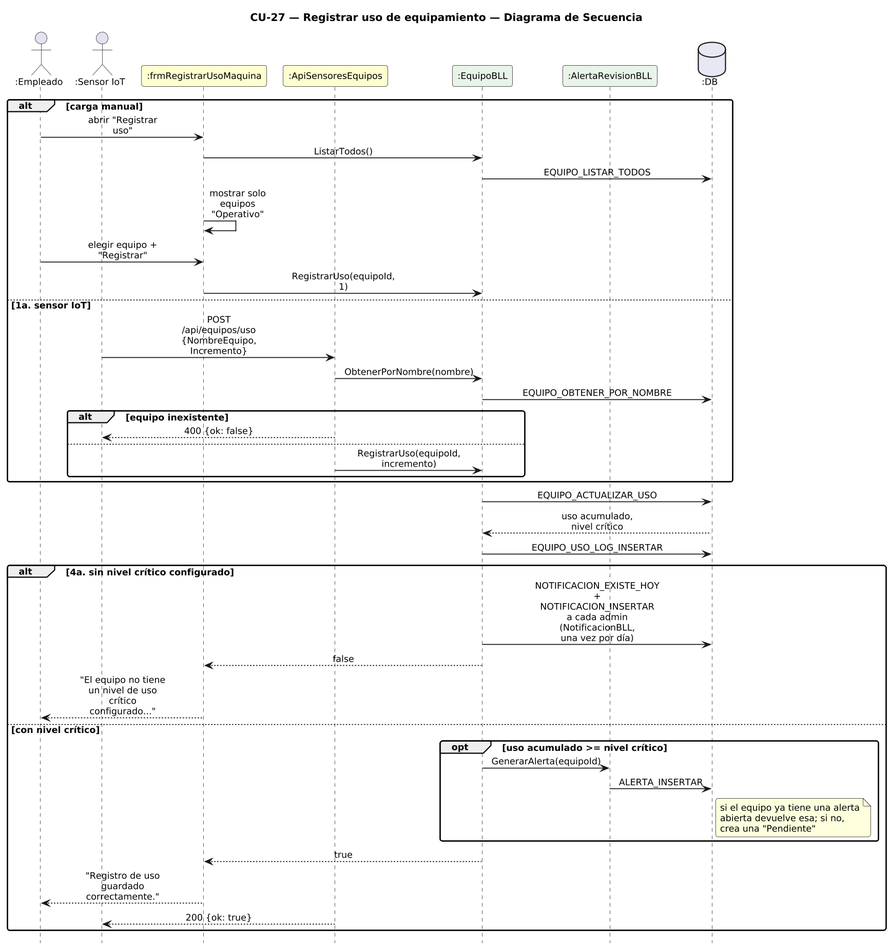
Earlier version of the PlantUML export DIAGRAMAS/DiagramaSecuencia_CU27_RegistrarUsoEquipo.png (Urrels/ingenieria_software).
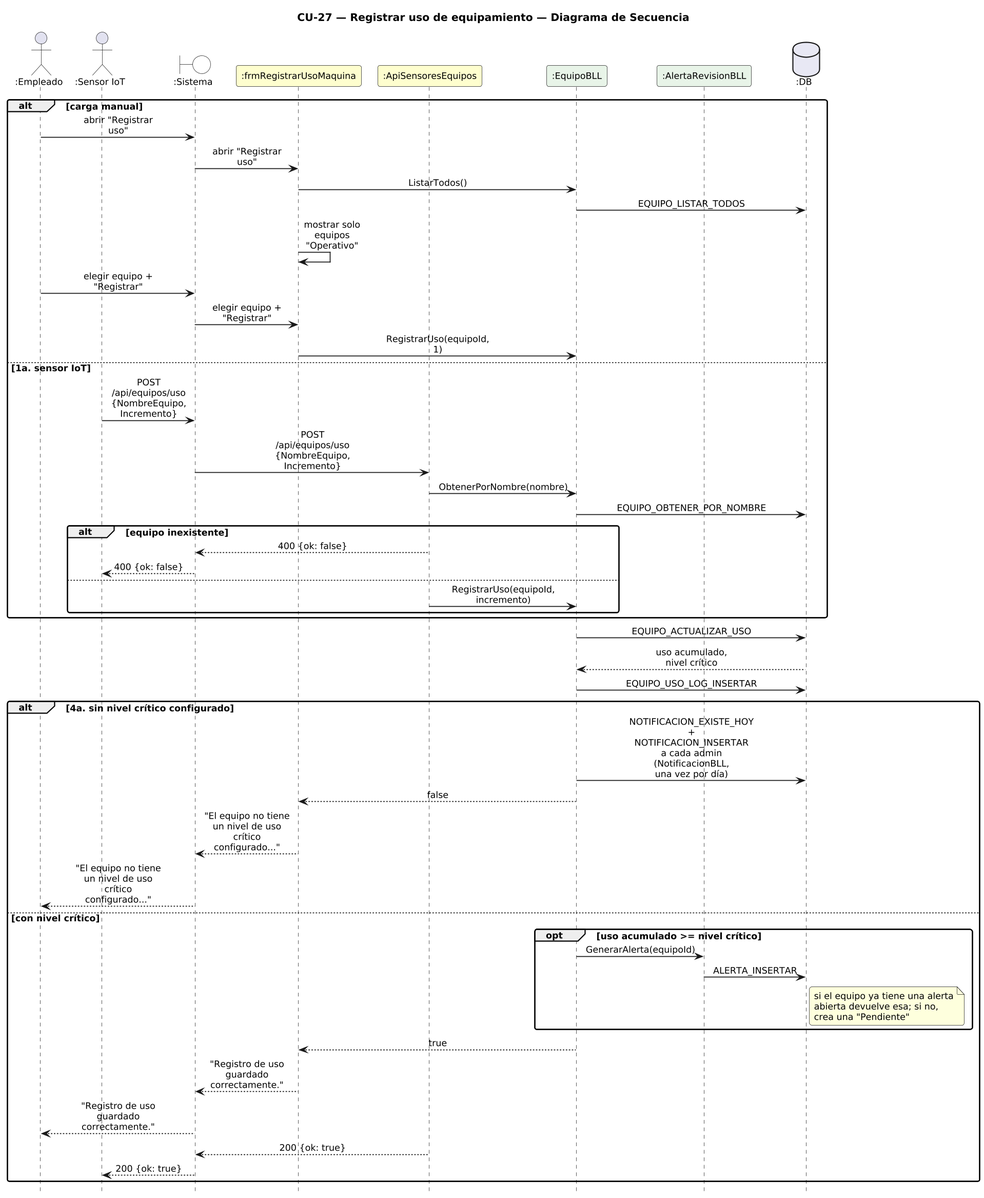
After the commit.

Diff of the diagram source:
```diff
@@ -15,6 +15,7 @@
 
 actor ":Empleado" as E
 actor ":Sensor IoT" as SI
+boundary ":Sistema" as SYS #FFFFFF
 participant ":frmRegistrarUsoMaquina" as F #FEFECE
 participant ":ApiSensoresEquipos" as API #FEFECE
 participant ":EquipoBLL" as EB #E8F4E8
@@ -22,18 +23,22 @@
 database ":DB" as DB #E8E8F4
 
 alt carga manual
-  E -> F : abrir "Registrar uso"
+  E -> SYS : abrir "Registrar uso"
+  SYS -> F : abrir "Registrar uso"
   F -> EB : ListarTodos()
   EB -> DB : EQUIPO_LISTAR_TODOS
   F -> F : mostrar solo equipos "Operativo"
-  E -> F : elegir equipo + "Registrar"
+  E -> SYS : elegir equipo + "Registrar"
+  SYS -> F : elegir equipo + "Registrar"
   F -> EB : RegistrarUso(equipoId, 1)
 else 1a. sensor IoT
-  SI -> API : POST /api/equipos/uso\n{NombreEquipo, Incremento}
+  SI -> SYS : POST /api/equipos/uso\n{NombreEquipo, Incremento}
+  SYS -> API : POST /api/equipos/uso\n{NombreEquipo, Incremento}
   API -> EB : ObtenerPorNombre(nombre)
   EB -> DB : EQUIPO_OBTENER_POR_NOMBRE
   alt equipo inexistente
-    API --> SI : 400 {ok: false}
+    API --> SYS : 400 {ok: false}
+    SYS --> SI : 400 {ok: false}
   else
     API -> EB : RegistrarUso(equipoId, incremento)
   end
@@ -44,7 +49,8 @@
 alt 4a. sin nivel crítico configurado
   EB -> DB : NOTIFICACION_EXISTE_HOY\n+ NOTIFICACION_INSERTAR a cada admin\n(NotificacionBLL, una vez por día)
   EB --> F : false
-  F --> E : "El equipo no tiene un nivel de uso crítico configurado..."
+  F --> SYS : "El equipo no tiene un nivel de uso crítico configurado..."
+  SYS --> E : "El equipo no tiene un nivel de uso crítico configurado..."
 else con nivel crítico
   opt uso acumulado >= nivel crítico
     EB -> AB : GenerarAlerta(equipoId)
@@ -52,8 +58,10 @@
     note right of DB : si el equipo ya tiene una alerta\nabierta devuelve esa; si no,\ncrea una "Pendiente"
   end
   EB --> F : true
-  F --> E : "Registro de uso guardado correctamente."
-  API --> SI : 200 {ok: true}
+  F --> SYS : "Registro de uso guardado correctamente."
+  SYS --> E : "Registro de uso guardado correctamente."
+  API --> SYS : 200 {ok: true}
+  SYS --> SI : 200 {ok: true}
 end
 
 @enduml
```
